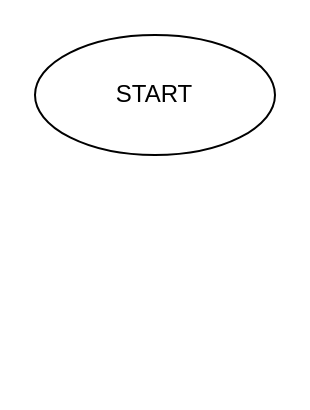
Before: flowchart-EToll.drawio in PashaAkbar/Anwaripasha-Akbar-EToll, a draw.io diagram. Source tidied: cells renumbered, new cells numbered last; positions are measured from the earlier drawing's top-left corner, leaving out a move shared by most shapes. Both pictures are drawn from the tidied source at 200%, with x=0, y=0 at pixel (34, 34).
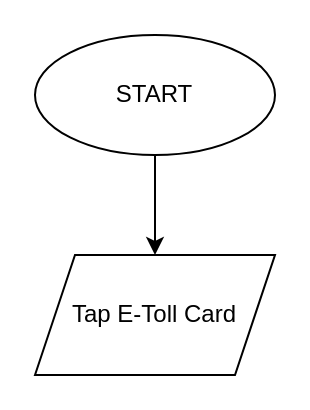
The same diagram, later.

Commit message:
Membuat Data Tap E-Toll Card

What changed in the source:
```diff
@@
 <mxGraphModel>
   <root>
     <mxCell id="0" />
     <mxCell id="1" parent="0" />
+    <mxCell id="3" style="edgeStyle=none;html=1;" parent="1" edge="1" source="2" target="4">
+      <mxGeometry relative="1" as="geometry" />
+    </mxCell>
     <mxCell id="2" value="START" style="ellipse;whiteSpace=wrap;html=1;" parent="1" vertex="1">
       <mxGeometry width="120" height="60" as="geometry" />
     </mxCell>
+    <mxCell id="4" value="Tap E-Toll Card" style="shape=parallelogram;perimeter=parallelogramPerimeter;whiteSpace=wrap;html=1;fixedSize=1;" parent="1" vertex="1">
+      <mxGeometry y="110" width="120" height="60" as="geometry" />
+    </mxCell>
   </root>
 </mxGraphModel>
```
